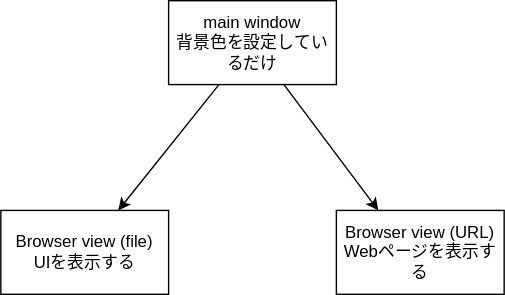
This is docs/images/20240120view.drawio.svg from kijimaD/squall, a draw.io export, as it was before one commit. Source tidied: cells renumbered, new cells last; positions are measured from the earlier drawing's top-left corner, leaving out a move shared by most shapes. Its diagram source:
```xml
<mxGraphModel>
  <root>
    <mxCell id="0" />
    <mxCell id="1" parent="0" />
    <mxCell id="2" style="edgeStyle=none;html=1;" parent="1" edge="1" source="4" target="5">
      <mxGeometry relative="1" as="geometry" />
    </mxCell>
    <mxCell id="3" style="edgeStyle=none;html=1;entryX=0.25;entryY=0;entryDx=0;entryDy=0;" parent="1" edge="1" source="4" target="6">
      <mxGeometry relative="1" as="geometry" />
    </mxCell>
    <mxCell id="4" value="main window&lt;br&gt;背景色を設定しているだけ" style="whiteSpace=wrap;html=1;" parent="1" vertex="1">
      <mxGeometry x="120" width="120" height="60" as="geometry" />
    </mxCell>
    <mxCell id="5" value="Browser view (file)&lt;br&gt;UIを表示する" style="whiteSpace=wrap;html=1;" parent="1" vertex="1">
      <mxGeometry y="150" width="120" height="60" as="geometry" />
    </mxCell>
    <mxCell id="6" value="Browser view (URL)&lt;br&gt;Webページを表示する" style="whiteSpace=wrap;html=1;" parent="1" vertex="1">
      <mxGeometry x="240" y="150" width="120" height="60" as="geometry" />
    </mxCell>
  </root>
</mxGraphModel>
```
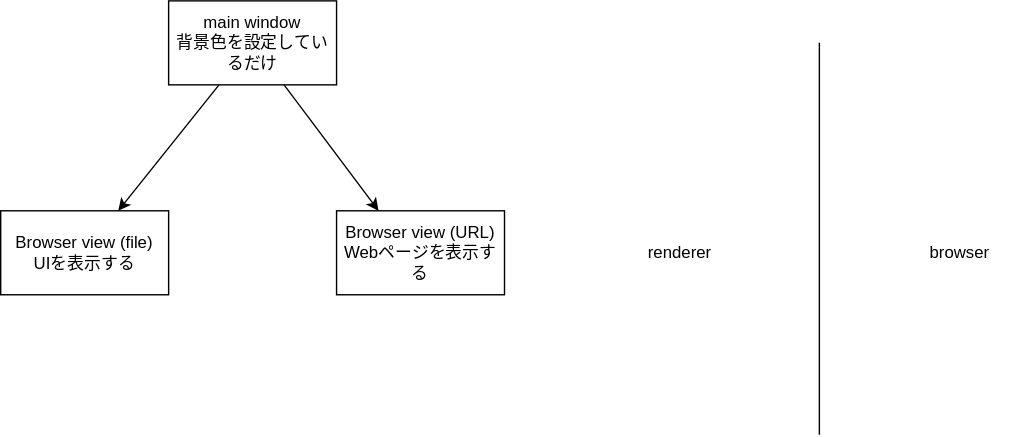
After the change.

Diff of the diagram source:
```diff
@@ -17,5 +17,17 @@
     <mxCell id="6" value="Browser view (URL)&lt;br&gt;Webページを表示する" style="whiteSpace=wrap;html=1;" parent="1" vertex="1">
       <mxGeometry x="240" y="150" width="120" height="60" as="geometry" />
     </mxCell>
+    <mxCell id="7" value="renderer" style="text;html=1;align=center;verticalAlign=middle;strokeColor=none;fillColor=none;" parent="1" vertex="1">
+      <mxGeometry x="450" y="165" width="70" height="30" as="geometry" />
+    </mxCell>
+    <mxCell id="8" value="browser" style="text;html=1;align=center;verticalAlign=middle;strokeColor=none;fillColor=none;" parent="1" vertex="1">
+      <mxGeometry x="650" y="165" width="70" height="30" as="geometry" />
+    </mxCell>
+    <mxCell id="9" style="endArrow=none;html=1;" parent="1" edge="1">
+      <mxGeometry relative="1" as="geometry">
+        <mxPoint x="585" y="310" as="sourcePoint" />
+        <mxPoint x="585" y="30" as="targetPoint" />
+      </mxGeometry>
+    </mxCell>
   </root>
 </mxGraphModel>
```
